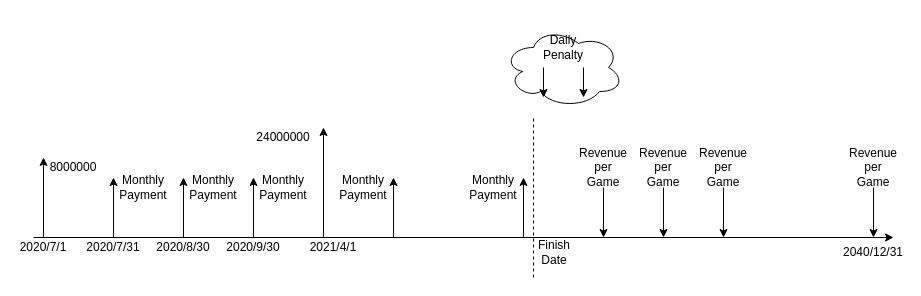
This is Stadium CashFlow.drawio from jetorz/diagrams, a draw.io file, before an edit. Source tidied: cells renumbered, new cells numbered last; positions are measured from the earlier drawing's top-left corner, leaving out a move shared by most shapes. Both pictures are drawn from the tidied source at 100%, with x=0, y=0 at pixel (23, 27).
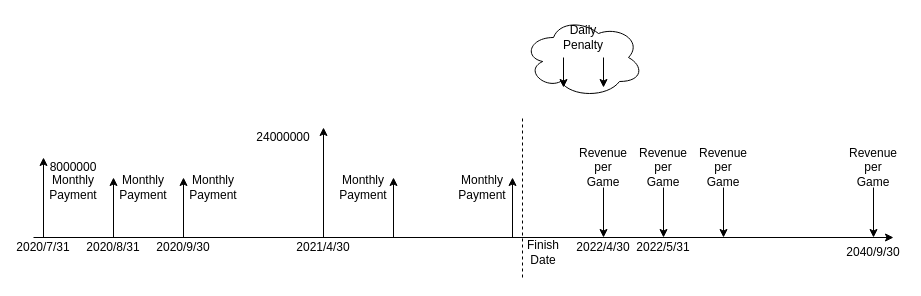
The same page after the edit.

Diff of the diagram source:
```diff
@@
     <mxCell id="2" style="ellipse;shape=cloud;whiteSpace=wrap;html=1;fillColor=none;" parent="1" vertex="1">
-      <mxGeometry x="480" width="120" height="80" as="geometry" />
+      <mxGeometry x="500" y="-10" width="120" height="80" as="geometry" />
     </mxCell>
@@
-    <mxCell id="10" value="Monthly&lt;br&gt;Payment" style="text;html=1;strokeColor=none;fillColor=none;align=center;verticalAlign=middle;whiteSpace=wrap;rounded=0;" parent="1" vertex="1">
-      <mxGeometry x="240" y="150" width="40" height="20" as="geometry" />
-    </mxCell>
-    <mxCell id="11" style="endArrow=classic;html=1;" parent="1" edge="1">
-      <mxGeometry relative="1" as="geometry">
-        <mxPoint x="230" y="210" as="sourcePoint" />
-        <mxPoint x="230" y="150" as="targetPoint" />
-      </mxGeometry>
-    </mxCell>
@@
     <mxCell id="14" style="endArrow=classic;html=1;" parent="1" edge="1">
       <mxGeometry relative="1" as="geometry">
-        <mxPoint x="520" y="40" as="sourcePoint" />
-        <mxPoint x="520" y="70" as="targetPoint" />
+        <mxPoint x="540" y="30" as="sourcePoint" />
+        <mxPoint x="540" y="60" as="targetPoint" />
       </mxGeometry>
     </mxCell>
     <mxCell id="15" value="Daily&lt;br&gt;Penalty" style="text;html=1;strokeColor=none;fillColor=none;align=center;verticalAlign=middle;whiteSpace=wrap;rounded=0;" parent="1" vertex="1">
-      <mxGeometry x="520" y="10" width="40" height="20" as="geometry" />
+      <mxGeometry x="540" width="40" height="20" as="geometry" />
     </mxCell>
     <mxCell id="16" style="endArrow=classic;html=1;" parent="1" edge="1">
       <mxGeometry relative="1" as="geometry">
-        <mxPoint x="560" y="40" as="sourcePoint" />
-        <mxPoint x="560" y="70" as="targetPoint" />
+        <mxPoint x="580" y="30" as="sourcePoint" />
+        <mxPoint x="580" y="60" as="targetPoint" />
       </mxGeometry>
     </mxCell>
@@
-    <mxCell id="27" value="2020/7/1" style="text;html=1;strokeColor=none;fillColor=none;align=center;verticalAlign=middle;whiteSpace=wrap;rounded=0;" parent="1" vertex="1">
+    <mxCell id="27" value="2020/7/31" style="text;html=1;strokeColor=none;fillColor=none;align=center;verticalAlign=middle;whiteSpace=wrap;rounded=0;" parent="1" vertex="1">
       <mxGeometry y="210" width="40" height="20" as="geometry" />
     </mxCell>
-    <mxCell id="28" value="2020/7/31" style="text;html=1;strokeColor=none;fillColor=none;align=center;verticalAlign=middle;whiteSpace=wrap;rounded=0;" parent="1" vertex="1">
+    <mxCell id="28" value="2020/8/31" style="text;html=1;strokeColor=none;fillColor=none;align=center;verticalAlign=middle;whiteSpace=wrap;rounded=0;" parent="1" vertex="1">
       <mxGeometry x="70" y="210" width="40" height="20" as="geometry" />
     </mxCell>
-    <mxCell id="29" value="2020/8/30" style="text;html=1;strokeColor=none;fillColor=none;align=center;verticalAlign=middle;whiteSpace=wrap;rounded=0;" parent="1" vertex="1">
+    <mxCell id="29" value="2020/9/30" style="text;html=1;strokeColor=none;fillColor=none;align=center;verticalAlign=middle;whiteSpace=wrap;rounded=0;" parent="1" vertex="1">
       <mxGeometry x="140" y="210" width="40" height="20" as="geometry" />
     </mxCell>
-    <mxCell id="30" value="2020/9/30" style="text;html=1;strokeColor=none;fillColor=none;align=center;verticalAlign=middle;whiteSpace=wrap;rounded=0;" parent="1" vertex="1">
-      <mxGeometry x="210" y="210" width="40" height="20" as="geometry" />
-    </mxCell>
-    <mxCell id="31" value="2021/4/1" style="text;html=1;strokeColor=none;fillColor=none;align=center;verticalAlign=middle;whiteSpace=wrap;rounded=0;" parent="1" vertex="1">
-      <mxGeometry x="290" y="210" width="40" height="20" as="geometry" />
+    <mxCell id="31" value="2021/4/30" style="text;html=1;strokeColor=none;fillColor=none;align=center;verticalAlign=middle;whiteSpace=wrap;rounded=0;" parent="1" vertex="1">
+      <mxGeometry x="280" y="210" width="40" height="20" as="geometry" />
     </mxCell>
     <mxCell id="32" value="Finish&lt;br&gt;Date" style="text;html=1;strokeColor=none;fillColor=none;align=center;verticalAlign=middle;whiteSpace=wrap;rounded=0;" parent="1" vertex="1">
-      <mxGeometry x="511" y="215" width="40" height="20" as="geometry" />
+      <mxGeometry x="500" y="215" width="40" height="20" as="geometry" />
     </mxCell>
-    <mxCell id="33" value="2040/12/31" style="text;html=1;strokeColor=none;fillColor=none;align=center;verticalAlign=middle;whiteSpace=wrap;rounded=0;" parent="1" vertex="1">
+    <mxCell id="33" value="2040/9/30" style="text;html=1;strokeColor=none;fillColor=none;align=center;verticalAlign=middle;whiteSpace=wrap;rounded=0;" parent="1" vertex="1">
       <mxGeometry x="830" y="215" width="40" height="20" as="geometry" />
     </mxCell>
     <mxCell id="34" style="endArrow=none;dashed=1;html=1;" parent="1" edge="1">
       <mxGeometry relative="1" as="geometry">
-        <mxPoint x="510" y="250" as="sourcePoint" />
-        <mxPoint x="510" y="90" as="targetPoint" />
+        <mxPoint x="499" y="250" as="sourcePoint" />
+        <mxPoint x="499" y="90" as="targetPoint" />
       </mxGeometry>
     </mxCell>
     <mxCell id="35" value="Monthly&lt;br&gt;Payment" style="text;html=1;strokeColor=none;fillColor=none;align=center;verticalAlign=middle;whiteSpace=wrap;rounded=0;" parent="1" vertex="1">
-      <mxGeometry x="450" y="150" width="40" height="20" as="geometry" />
+      <mxGeometry x="439" y="150" width="40" height="20" as="geometry" />
     </mxCell>
     <mxCell id="36" style="endArrow=classic;html=1;" parent="1" edge="1">
       <mxGeometry relative="1" as="geometry">
-        <mxPoint x="500" y="210" as="sourcePoint" />
-        <mxPoint x="500" y="150" as="targetPoint" />
+        <mxPoint x="489" y="210" as="sourcePoint" />
+        <mxPoint x="489" y="150" as="targetPoint" />
       </mxGeometry>
     </mxCell>
     <mxCell id="37" style="endArrow=classic;html=1;" parent="1" edge="1" target="2">
       <mxGeometry relative="1" as="geometry">
-        <mxPoint x="539.8" y="40" as="sourcePoint" />
+        <mxPoint x="559.8" y="30" as="sourcePoint" />
       </mxGeometry>
     </mxCell>
+    <mxCell id="10" value="Monthly&lt;br&gt;Payment" style="text;html=1;strokeColor=none;fillColor=none;align=center;verticalAlign=middle;whiteSpace=wrap;rounded=0;" parent="1" vertex="1">
+      <mxGeometry x="30" y="150" width="40" height="20" as="geometry" />
+    </mxCell>
+    <mxCell id="38" value="2022/4/30" style="text;html=1;strokeColor=none;fillColor=none;align=center;verticalAlign=middle;whiteSpace=wrap;rounded=0;" parent="1" vertex="1">
+      <mxGeometry x="560" y="210" width="40" height="20" as="geometry" />
+    </mxCell>
+    <mxCell id="39" value="2022/5/31" style="text;html=1;strokeColor=none;fillColor=none;align=center;verticalAlign=middle;whiteSpace=wrap;rounded=0;" parent="1" vertex="1">
+      <mxGeometry x="620" y="210" width="40" height="20" as="geometry" />
+    </mxCell>
```
